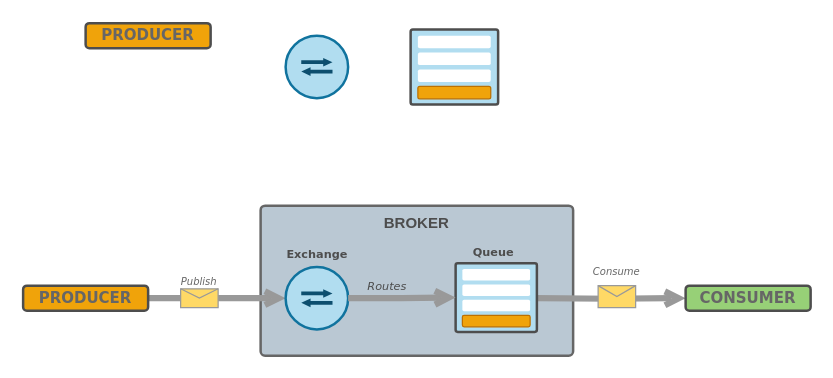
Before: page "AMQP" (2 of 5) of fs/RabbitMQ.drawio in gaivin/drawio, a draw.io diagram. Source tidied: cells renumbered, new cells numbered last; positions are measured from the earlier drawing's top-left corner, leaving out a move shared by most shapes. Both pictures are drawn from the tidied source at 125%, with x=0, y=0 at pixel (22, 22).
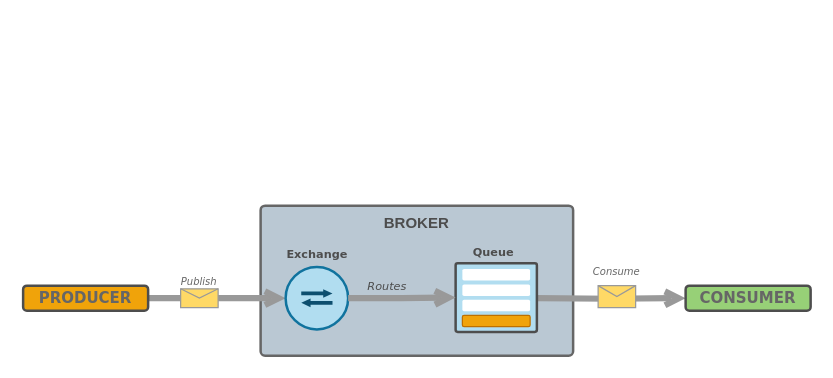
The same diagram, later.

The edit, as a diff of the source:
```diff
@@
-    <mxCell id="6" style="group;strokeColor=none;" parent="1" vertex="1">
-      <mxGeometry x="210" y="10" width="50" height="50" as="geometry" />
-    </mxCell>
-    <mxCell id="7" style="ellipse;whiteSpace=wrap;html=1;strokeColor=#10739e;fillColor=#b1ddf0;strokeWidth=2;" parent="6" vertex="1">
-      <mxGeometry width="50" height="50" as="geometry" />
-    </mxCell>
-    <mxCell id="8" style="group;" parent="6" vertex="1">
-      <mxGeometry x="12.5" y="17.8" width="25" height="14.4" as="geometry" />
-    </mxCell>
-    <mxCell id="9" style="html=1;shadow=0;dashed=0;align=center;verticalAlign=middle;shape=mxgraph.arrows2.arrow;dy=0.56;dx=7.44;notch=0;strokeColor=none;strokeWidth=3;fillColor=#0D4E6E;" parent="8" vertex="1">
-      <mxGeometry width="25" height="6.9" as="geometry" />
-    </mxCell>
-    <mxCell id="10" style="html=1;shadow=0;dashed=0;align=center;verticalAlign=middle;shape=mxgraph.arrows2.arrow;dy=0.56;dx=7.44;notch=0;strokeColor=none;strokeWidth=3;fillColor=#0D4E6E;rotation=-180;" parent="8" vertex="1">
-      <mxGeometry y="7.5" width="25" height="6.9" as="geometry" />
-    </mxCell>
-    <mxCell id="11" value="&lt;div style=&quot;font-size: 12px;&quot;&gt;&lt;span style=&quot;font-size: 12px;&quot;&gt;PRODUCER&lt;/span&gt;&lt;/div&gt;" style="rounded=1;whiteSpace=wrap;html=1;strokeWidth=2;strokeColor=#4D4D4D;fillColor=#f0a30a;fontColor=#666666;fontSize=12;fontStyle=1;fontFamily=Verdana;verticalAlign=middle;align=center;" parent="1" vertex="1">
-      <mxGeometry x="50" width="100" height="20" as="geometry" />
-    </mxCell>
@@
-    <mxCell id="13" style="group;strokeWidth=2;" parent="1" vertex="1">
-      <mxGeometry x="310" y="5" width="70" height="60" as="geometry" />
-    </mxCell>
-    <mxCell id="14" style="rounded=1;whiteSpace=wrap;html=1;strokeColor=#4D4D4D;strokeWidth=2;fillColor=#b1ddf0;arcSize=3;" parent="13" vertex="1">
-      <mxGeometry width="70" height="60" as="geometry" />
-    </mxCell>
-    <mxCell id="15" style="rounded=1;whiteSpace=wrap;html=1;strokeWidth=1;strokeColor=none;" parent="13" vertex="1">
-      <mxGeometry x="5.8" y="5" width="58.3" height="10" as="geometry" />
-    </mxCell>
-    <mxCell id="16" style="rounded=1;whiteSpace=wrap;html=1;strokeWidth=1;strokeColor=none;" parent="13" vertex="1">
-      <mxGeometry x="5.8" y="18.5" width="58.3" height="10" as="geometry" />
-    </mxCell>
-    <mxCell id="17" style="rounded=1;whiteSpace=wrap;html=1;strokeWidth=1;strokeColor=none;" parent="13" vertex="1">
-      <mxGeometry x="5.8" y="32" width="58.3" height="10" as="geometry" />
-    </mxCell>
-    <mxCell id="18" style="rounded=1;whiteSpace=wrap;html=1;strokeWidth=1;strokeColor=#BD7000;fillColor=#f0a30a;fontColor=#000000;" parent="13" vertex="1">
-      <mxGeometry x="5.8" y="45.5" width="58.3" height="10" as="geometry" />
-    </mxCell>
```
